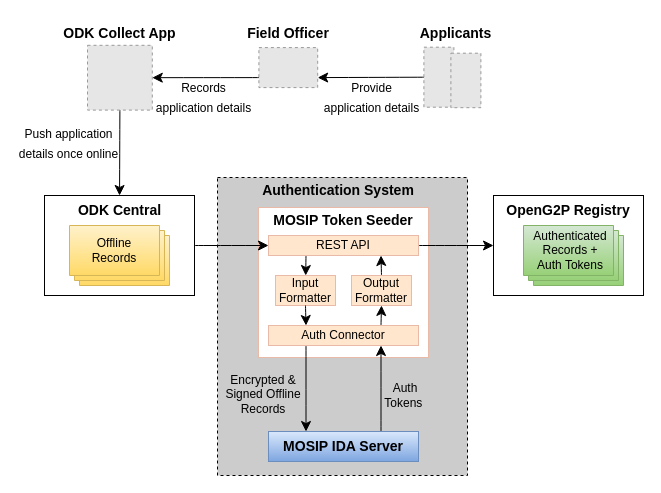
OpenG2P/openg2p-documentation keeps this draw.io diagram as .gitbook/assets/offline-registration-process.drawio. Above is the earlier version. Source tidied: cells renumbered, new cells numbered last; positions are measured from the earlier drawing's top-left corner, leaving out a move shared by most shapes. Both pictures are drawn from the tidied source at 100%, with x=0, y=0 at pixel (17, 17). Pictures stored in the file or linked from it are replaced by grey dashed boxes.
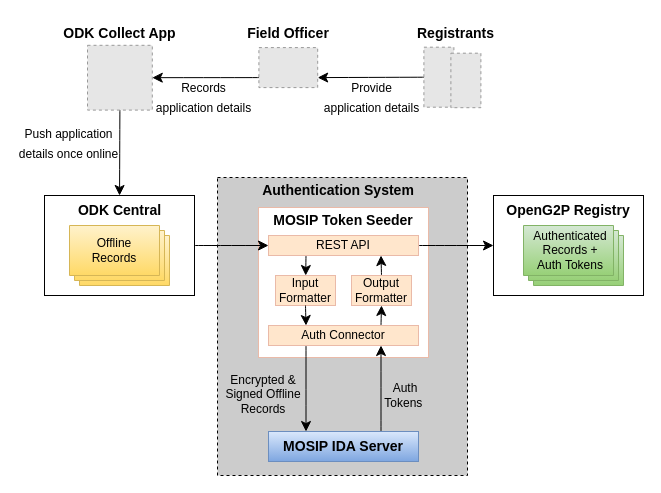
Above is the later version.

Diff of the diagram source:
```diff
@@
-    <mxCell id="39" value="&lt;b&gt;&lt;font style=&quot;font-size: 14px;&quot;&gt;Applicants&lt;/font&gt;&lt;/b&gt;" style="text;html=1;strokeColor=none;fillColor=none;align=center;verticalAlign=middle;whiteSpace=wrap;rounded=0;fontSize=16;" parent="1" vertex="1">
+    <mxCell id="39" value="&lt;b&gt;&lt;font style=&quot;font-size: 14px;&quot;&gt;Registrants&lt;/font&gt;&lt;/b&gt;" style="text;html=1;strokeColor=none;fillColor=none;align=center;verticalAlign=middle;whiteSpace=wrap;rounded=0;fontSize=16;" parent="1" vertex="1">
       <mxGeometry x="406.4" y="0.1" width="65.4" height="30" as="geometry" />
     </mxCell>
```
